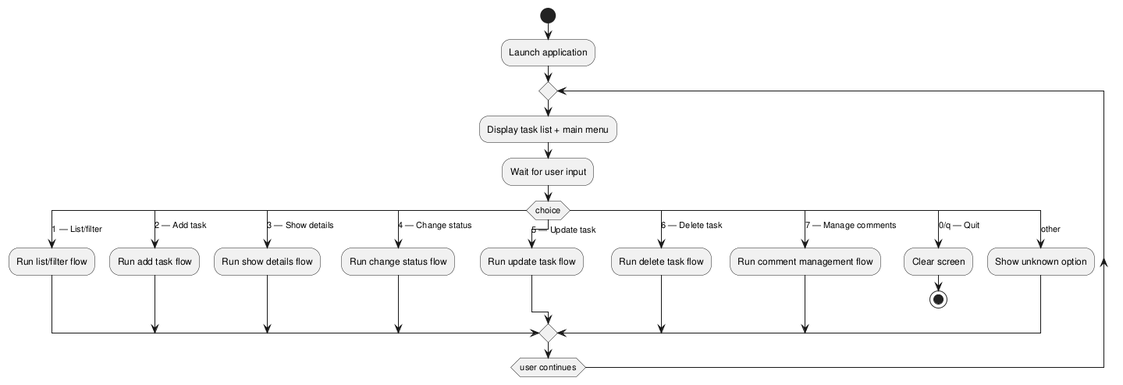
Earlier version of the PlantUML export experiments/broadcast/structured_text/TODO/artifacts/activity_diagram.png (DanielRiha8906/Software_autoevolution_using_agents).
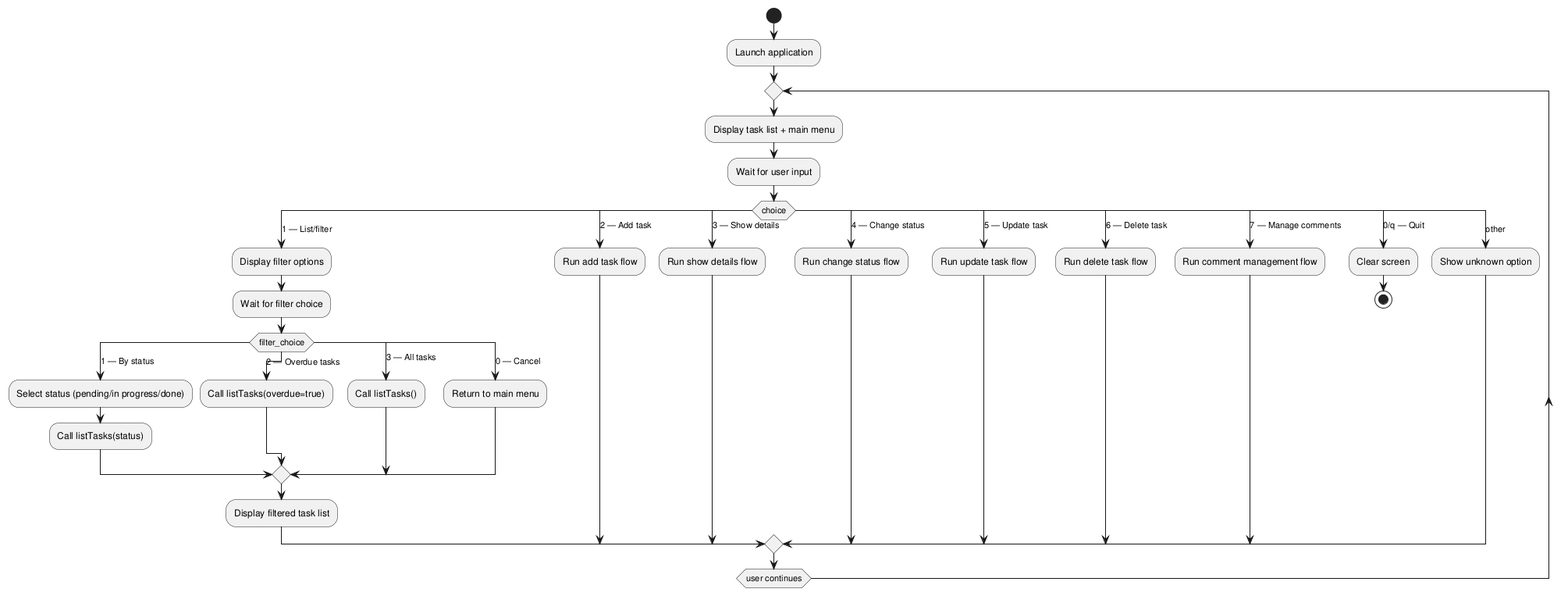
After the commit.

Diff of the diagram source:
```diff
@@ -9,7 +9,20 @@
 
   switch (choice)
     case (1 — List/filter)
-      :Run list/filter flow;
+      :Display filter options;
+      :Wait for filter choice;
+      switch (filter_choice)
+        case (1 — By status)
+          :Select status (pending/in progress/done);
+          :Call listTasks(status);
+        case (2 — Overdue tasks)
+          :Call listTasks(overdue=true);
+        case (3 — All tasks)
+          :Call listTasks();
+        case (0 — Cancel)
+          :Return to main menu;
+      endswitch
+      :Display filtered task list;
     case (2 — Add task)
       :Run add task flow;
     case (3 — Show details)
```
